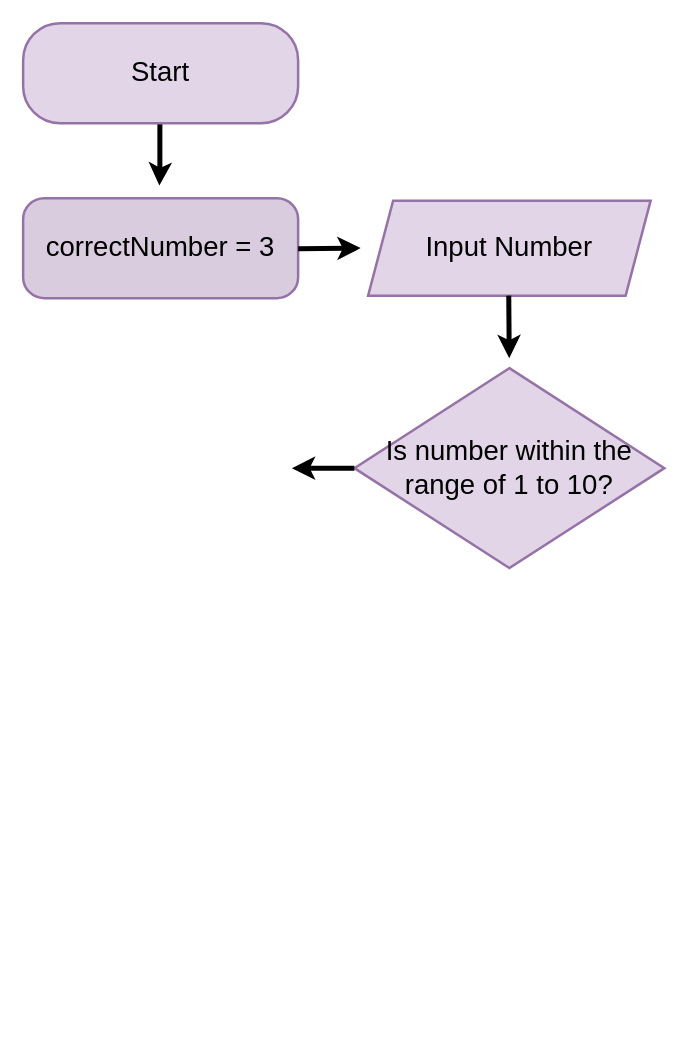
Above: ACTIVITY7.drawio in tamnapat/tamma (draw.io), before the change. Source tidied: cells renumbered, new cells numbered last; positions are measured from the earlier drawing's top-left corner, leaving out a move shared by most shapes. Both pictures are drawn from the tidied source at 125%, with x=0, y=0 at pixel (22, 22).
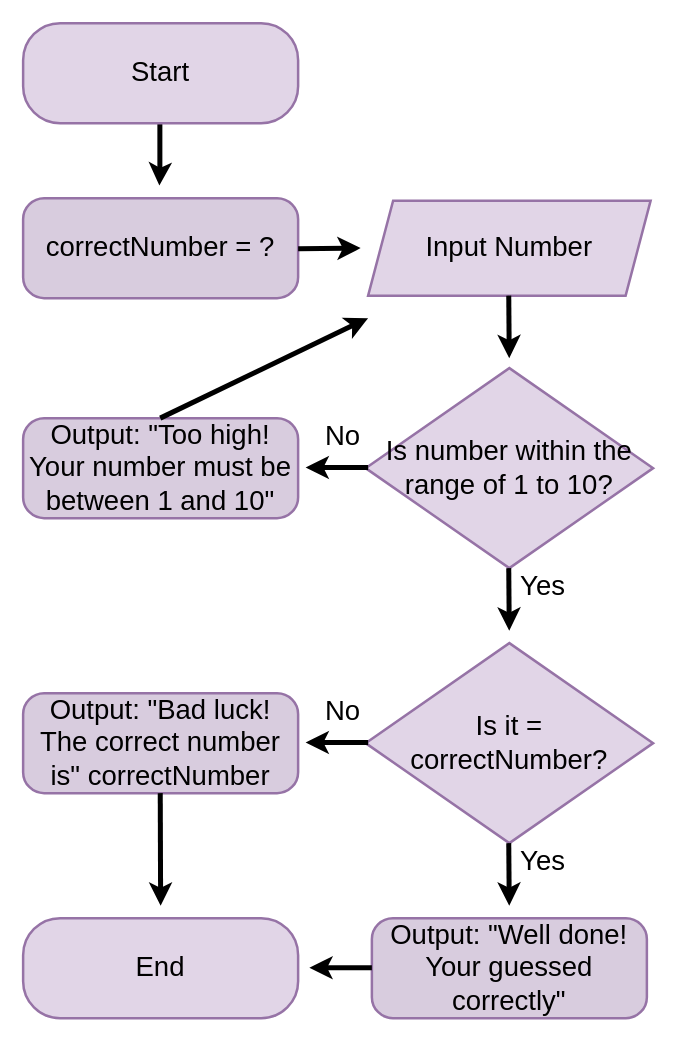
After the change.

Diff of the diagram source:
```diff
@@
-    <mxCell id="2" value="&lt;span style=&quot;font-size: 22px;&quot;&gt;correctNumber = 3&lt;/span&gt;" style="rounded=1;whiteSpace=wrap;html=1;fillColor=#D8CCDE;strokeColor=#9673a6;perimeterSpacing=1;glass=0;arcSize=21;strokeWidth=2;" parent="1" vertex="1">
+    <mxCell id="2" value="&lt;span style=&quot;font-size: 22px;&quot;&gt;correctNumber = ?&lt;/span&gt;" style="rounded=1;whiteSpace=wrap;html=1;fillColor=#D8CCDE;strokeColor=#9673a6;perimeterSpacing=1;glass=0;arcSize=21;strokeWidth=2;" parent="1" vertex="1">
       <mxGeometry y="140" width="220" height="80" as="geometry" />
     </mxCell>
@@
     <mxCell id="8" value="Is number within the range of 1 to 10?" style="rhombus;whiteSpace=wrap;html=1;fontSize=22;strokeWidth=2;fillColor=#e1d5e7;strokeColor=#9673a6;perimeterSpacing=1;" parent="1" vertex="1">
-      <mxGeometry x="265" y="276" width="248" height="160" as="geometry" />
+      <mxGeometry x="274" y="276" width="230" height="160" as="geometry" />
     </mxCell>
     <mxCell id="9" style="endArrow=classic;html=1;rounded=0;strokeWidth=4;" parent="1" edge="1">
       <mxGeometry relative="1" as="geometry">
-        <mxPoint x="265" y="356" as="sourcePoint" />
-        <mxPoint x="215" y="356" as="targetPoint" />
+        <mxPoint x="276" y="355.5" as="sourcePoint" />
+        <mxPoint x="226" y="355.5" as="targetPoint" />
       </mxGeometry>
     </mxCell>
+    <mxCell id="10" value="&lt;span style=&quot;font-size: 22px;&quot;&gt;Output: &quot;Too high! Your number must be between 1 and 10&quot;&lt;/span&gt;" style="rounded=1;whiteSpace=wrap;html=1;fillColor=#D8CCDE;strokeColor=#9673a6;perimeterSpacing=1;glass=0;arcSize=21;strokeWidth=2;" parent="1" vertex="1">
+      <mxGeometry y="316" width="220" height="80" as="geometry" />
+    </mxCell>
+    <mxCell id="11" value="No" style="text;html=1;strokeColor=none;fillColor=none;align=center;verticalAlign=middle;whiteSpace=wrap;rounded=0;fontSize=22;" parent="1" vertex="1">
+      <mxGeometry x="226" y="316" width="60" height="30" as="geometry" />
+    </mxCell>
+    <mxCell id="12" style="endArrow=classic;html=1;rounded=0;strokeWidth=4;" parent="1" edge="1">
+      <mxGeometry relative="1" as="geometry">
+        <mxPoint x="388.5" y="436" as="sourcePoint" />
+        <mxPoint x="388.9" y="486" as="targetPoint" />
+      </mxGeometry>
+    </mxCell>
+    <mxCell id="13" value="Yes" style="text;html=1;strokeColor=none;fillColor=none;align=center;verticalAlign=middle;whiteSpace=wrap;rounded=0;fontSize=22;" parent="1" vertex="1">
+      <mxGeometry x="386" y="436" width="60" height="30" as="geometry" />
+    </mxCell>
+    <mxCell id="14" value="Is it = &lt;br&gt;correctNumber?" style="rhombus;whiteSpace=wrap;html=1;fontSize=22;strokeWidth=2;fillColor=#e1d5e7;strokeColor=#9673a6;perimeterSpacing=1;" parent="1" vertex="1">
+      <mxGeometry x="274" y="496" width="230" height="160" as="geometry" />
+    </mxCell>
+    <mxCell id="15" value="No" style="text;html=1;strokeColor=none;fillColor=none;align=center;verticalAlign=middle;whiteSpace=wrap;rounded=0;fontSize=22;" parent="1" vertex="1">
+      <mxGeometry x="226" y="536" width="60" height="30" as="geometry" />
+    </mxCell>
+    <mxCell id="16" style="endArrow=classic;html=1;rounded=0;strokeWidth=4;" parent="1" edge="1">
+      <mxGeometry relative="1" as="geometry">
+        <mxPoint x="276" y="575.5" as="sourcePoint" />
+        <mxPoint x="226" y="575.5" as="targetPoint" />
+      </mxGeometry>
+    </mxCell>
+    <mxCell id="17" value="&lt;span style=&quot;font-size: 22px;&quot;&gt;Output: &quot;Bad luck! The correct number is&quot; correctNumber&lt;br&gt;&lt;/span&gt;" style="rounded=1;whiteSpace=wrap;html=1;fillColor=#D8CCDE;strokeColor=#9673a6;perimeterSpacing=1;glass=0;arcSize=21;strokeWidth=2;" parent="1" vertex="1">
+      <mxGeometry y="536" width="220" height="80" as="geometry" />
+    </mxCell>
+    <mxCell id="18" style="endArrow=classic;html=1;rounded=0;strokeWidth=4;" parent="1" edge="1">
+      <mxGeometry relative="1" as="geometry">
+        <mxPoint x="388.5" y="656" as="sourcePoint" />
+        <mxPoint x="388.9" y="706" as="targetPoint" />
+      </mxGeometry>
+    </mxCell>
+    <mxCell id="19" value="Yes" style="text;html=1;strokeColor=none;fillColor=none;align=center;verticalAlign=middle;whiteSpace=wrap;rounded=0;fontSize=22;" parent="1" vertex="1">
+      <mxGeometry x="386" y="656" width="60" height="30" as="geometry" />
+    </mxCell>
+    <mxCell id="20" value="&lt;span style=&quot;font-size: 22px;&quot;&gt;Output: &quot;Well done! Your guessed correctly&quot;&lt;br&gt;&lt;/span&gt;" style="rounded=1;whiteSpace=wrap;html=1;fillColor=#D8CCDE;strokeColor=#9673a6;perimeterSpacing=1;glass=0;arcSize=21;strokeWidth=2;" parent="1" vertex="1">
+      <mxGeometry x="279" y="716" width="220" height="80" as="geometry" />
+    </mxCell>
+    <mxCell id="21" style="endArrow=classic;html=1;rounded=0;strokeWidth=4;" parent="1" edge="1">
+      <mxGeometry relative="1" as="geometry">
+        <mxPoint x="109.7" y="316" as="sourcePoint" />
+        <mxPoint x="276" y="236" as="targetPoint" />
+      </mxGeometry>
+    </mxCell>
+    <mxCell id="22" style="endArrow=classic;html=1;rounded=0;strokeWidth=4;" parent="1" edge="1">
+      <mxGeometry relative="1" as="geometry">
+        <mxPoint x="279" y="755.7" as="sourcePoint" />
+        <mxPoint x="229" y="755.7" as="targetPoint" />
+      </mxGeometry>
+    </mxCell>
+    <mxCell id="23" style="endArrow=classic;html=1;rounded=0;strokeWidth=4;" parent="1" edge="1">
+      <mxGeometry relative="1" as="geometry">
+        <mxPoint x="109.7" y="616" as="sourcePoint" />
+        <mxPoint x="110" y="706" as="targetPoint" />
+      </mxGeometry>
+    </mxCell>
+    <mxCell id="24" value="&lt;font style=&quot;font-size: 22px;&quot;&gt;End&lt;/font&gt;" style="rounded=1;whiteSpace=wrap;html=1;fillColor=#e1d5e7;strokeColor=#9673a6;perimeterSpacing=1;glass=0;arcSize=37;strokeWidth=2;" parent="1" vertex="1">
+      <mxGeometry y="716" width="220" height="80" as="geometry" />
+    </mxCell>
```
